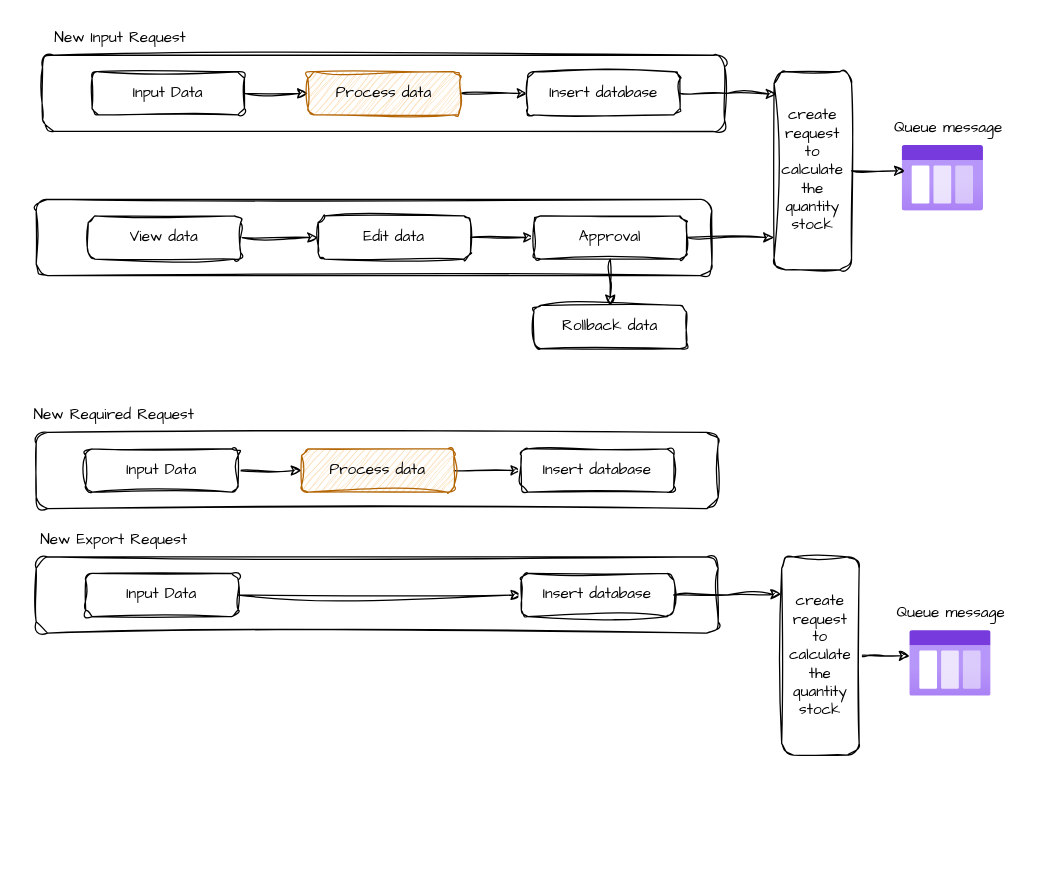
This is page "Tazmo Mechanism" (6 of 7) of Sketchs/MySketch.drawio from DataTeamBP/MyDrawIO, a draw.io file, before an edit. Source tidied: cells renumbered, new cells numbered last; positions are measured from the earlier drawing's top-left corner, leaving out a move shared by most shapes. Both pictures are drawn from the tidied source at 127%, with x=0, y=0 at pixel (22, 22).
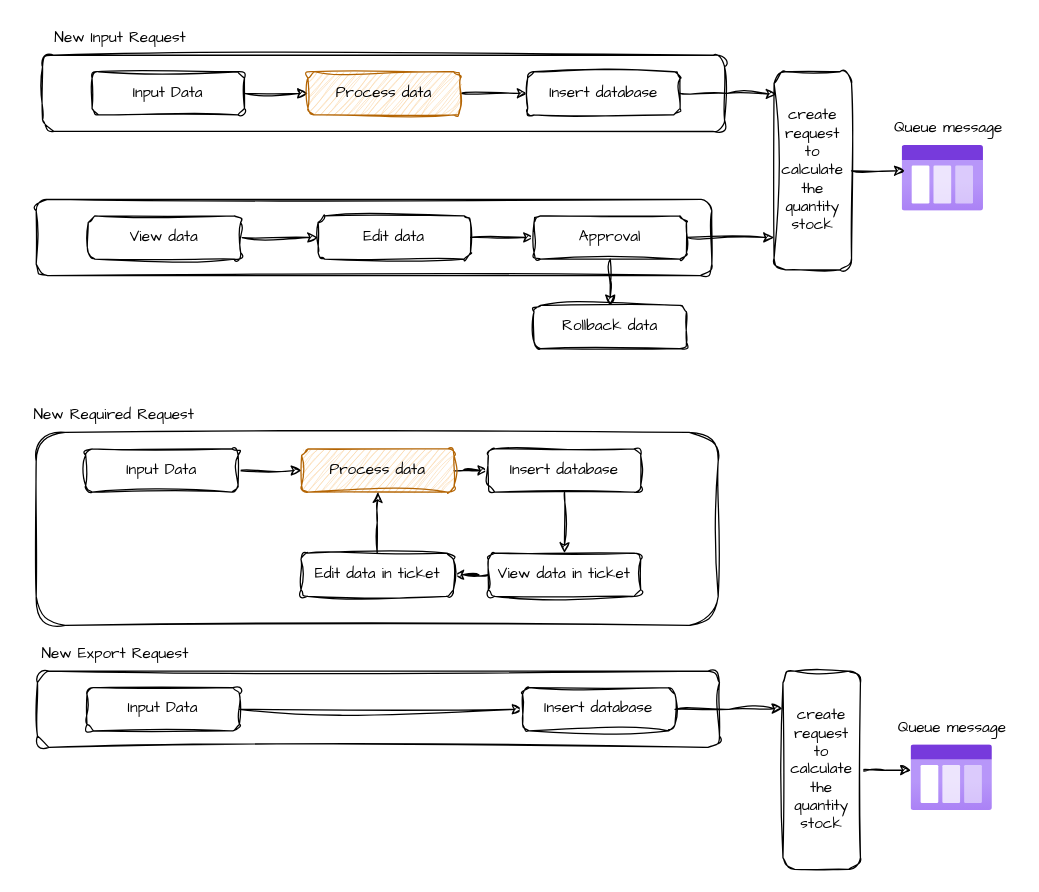
The same diagram, later.

The change refers to these unchanged cells:
```xml
<mxCell id="27" value="Process data" style="rounded=1;whiteSpace=wrap;html=1;sketch=1;hachureGap=4;jiggle=2;curveFitting=1;fontFamily=Architects Daughter;fillColor=#fad7ac;strokeColor=#b46504;" parent="1" vertex="1">
  <mxGeometry x="220" y="336" width="120" height="34" as="geometry" />
</mxCell>
```

Change to the diagram source:
```diff
@@
     <mxCell id="23" style="rounded=1;whiteSpace=wrap;html=1;sketch=1;hachureGap=4;jiggle=2;curveFitting=1;fontFamily=Architects Daughter;fillColor=none;" parent="1" vertex="1">
-      <mxGeometry x="11" y="323" width="537" height="60" as="geometry" />
+      <mxGeometry x="11" y="323" width="537" height="152" as="geometry" />
     </mxCell>
@@
+    <mxCell id="40" style="edgeStyle=orthogonalEdgeStyle;rounded=0;sketch=1;hachureGap=4;jiggle=2;curveFitting=1;jettySize=auto;html=1;fontFamily=Architects Daughter;" parent="1" edge="1" source="28" target="42">
+      <mxGeometry relative="1" as="geometry" />
+    </mxCell>
     <mxCell id="28" value="Insert database" style="rounded=1;whiteSpace=wrap;html=1;sketch=1;hachureGap=4;jiggle=2;curveFitting=1;fontFamily=Architects Daughter;" parent="1" vertex="1">
-      <mxGeometry x="393" y="336" width="120" height="34" as="geometry" />
+      <mxGeometry x="367" y="336" width="120" height="34" as="geometry" />
     </mxCell>
@@
     <mxCell id="30" style="rounded=1;whiteSpace=wrap;html=1;sketch=1;hachureGap=4;jiggle=2;curveFitting=1;fontFamily=Architects Daughter;fillColor=none;" parent="1" vertex="1">
-      <mxGeometry x="11" y="421" width="537" height="60" as="geometry" />
+      <mxGeometry x="12" y="511" width="537" height="60" as="geometry" />
     </mxCell>
@@
     <mxCell id="32" value="Input Data" style="rounded=1;whiteSpace=wrap;html=1;sketch=1;hachureGap=4;jiggle=2;curveFitting=1;fontFamily=Architects Daughter;" parent="1" vertex="1">
-      <mxGeometry x="50" y="434" width="120" height="34" as="geometry" />
+      <mxGeometry x="51" y="524" width="120" height="34" as="geometry" />
     </mxCell>
     <mxCell id="33" value="Insert database" style="rounded=1;whiteSpace=wrap;html=1;sketch=1;hachureGap=4;jiggle=2;curveFitting=1;fontFamily=Architects Daughter;" parent="1" vertex="1">
-      <mxGeometry x="393" y="434" width="120" height="34" as="geometry" />
+      <mxGeometry x="394" y="524" width="120" height="34" as="geometry" />
     </mxCell>
     <mxCell id="34" value="New Export Request" style="text;html=1;align=center;verticalAlign=middle;strokeColor=none;fillColor=none;fontFamily=Architects Daughter;" parent="1" vertex="1">
-      <mxGeometry x="5" y="395" width="134" height="26" as="geometry" />
+      <mxGeometry x="6" y="485" width="134" height="26" as="geometry" />
     </mxCell>
     <mxCell id="35" style="edgeStyle=orthogonalEdgeStyle;rounded=0;sketch=1;hachureGap=4;jiggle=2;curveFitting=1;jettySize=auto;html=1;fontFamily=Architects Daughter;" parent="1" edge="1" source="36">
       <mxGeometry relative="1" as="geometry">
-        <mxPoint x="698.8" y="499" as="targetPoint" />
+        <mxPoint x="699.8" y="589" as="targetPoint" />
       </mxGeometry>
     </mxCell>
     <mxCell id="36" value="create request to calculate the quantity stock" style="rounded=1;whiteSpace=wrap;html=1;sketch=1;hachureGap=4;jiggle=2;curveFitting=1;fontFamily=Architects Daughter;" parent="1" vertex="1">
-      <mxGeometry x="598" y="421" width="61" height="156" as="geometry" />
+      <mxGeometry x="599" y="511" width="61" height="156" as="geometry" />
     </mxCell>
     <mxCell id="37" style="image;html=1;align=center;fontSize=12;image=img/lib/azure2/general/Storage_Queue.svg;sketch=1;hachureGap=4;jiggle=2;curveFitting=1;fontFamily=Architects Daughter;" parent="1" vertex="1">
-      <mxGeometry x="699" y="479" width="64" height="52" as="geometry" />
+      <mxGeometry x="700" y="569" width="64" height="52" as="geometry" />
     </mxCell>
@@
     <mxCell id="39" value="Queue message" style="text;html=1;align=center;verticalAlign=middle;strokeColor=none;fillColor=none;fontFamily=Architects Daughter;" parent="1" vertex="1">
-      <mxGeometry x="679.5" y="453" width="103" height="26" as="geometry" />
+      <mxGeometry x="680.5" y="543" width="103" height="26" as="geometry" />
     </mxCell>
+    <mxCell id="41" style="edgeStyle=orthogonalEdgeStyle;rounded=0;sketch=1;hachureGap=4;jiggle=2;curveFitting=1;jettySize=auto;html=1;fontFamily=Architects Daughter;" parent="1" edge="1" source="42" target="44">
+      <mxGeometry relative="1" as="geometry" />
+    </mxCell>
+    <mxCell id="42" value="View data in ticket" style="rounded=1;whiteSpace=wrap;html=1;sketch=1;hachureGap=4;jiggle=2;curveFitting=1;fontFamily=Architects Daughter;" parent="1" vertex="1">
+      <mxGeometry x="367" y="418" width="120" height="34" as="geometry" />
+    </mxCell>
+    <mxCell id="43" style="edgeStyle=orthogonalEdgeStyle;rounded=0;sketch=1;hachureGap=4;jiggle=2;curveFitting=1;jettySize=auto;html=1;fontFamily=Architects Daughter;" parent="1" edge="1" source="44" target="27">
+      <mxGeometry relative="1" as="geometry" />
+    </mxCell>
+    <mxCell id="44" value="Edit data in ticket" style="rounded=1;whiteSpace=wrap;html=1;sketch=1;hachureGap=4;jiggle=2;curveFitting=1;fontFamily=Architects Daughter;" parent="1" vertex="1">
+      <mxGeometry x="219.5" y="418" width="120" height="34" as="geometry" />
+    </mxCell>
```
